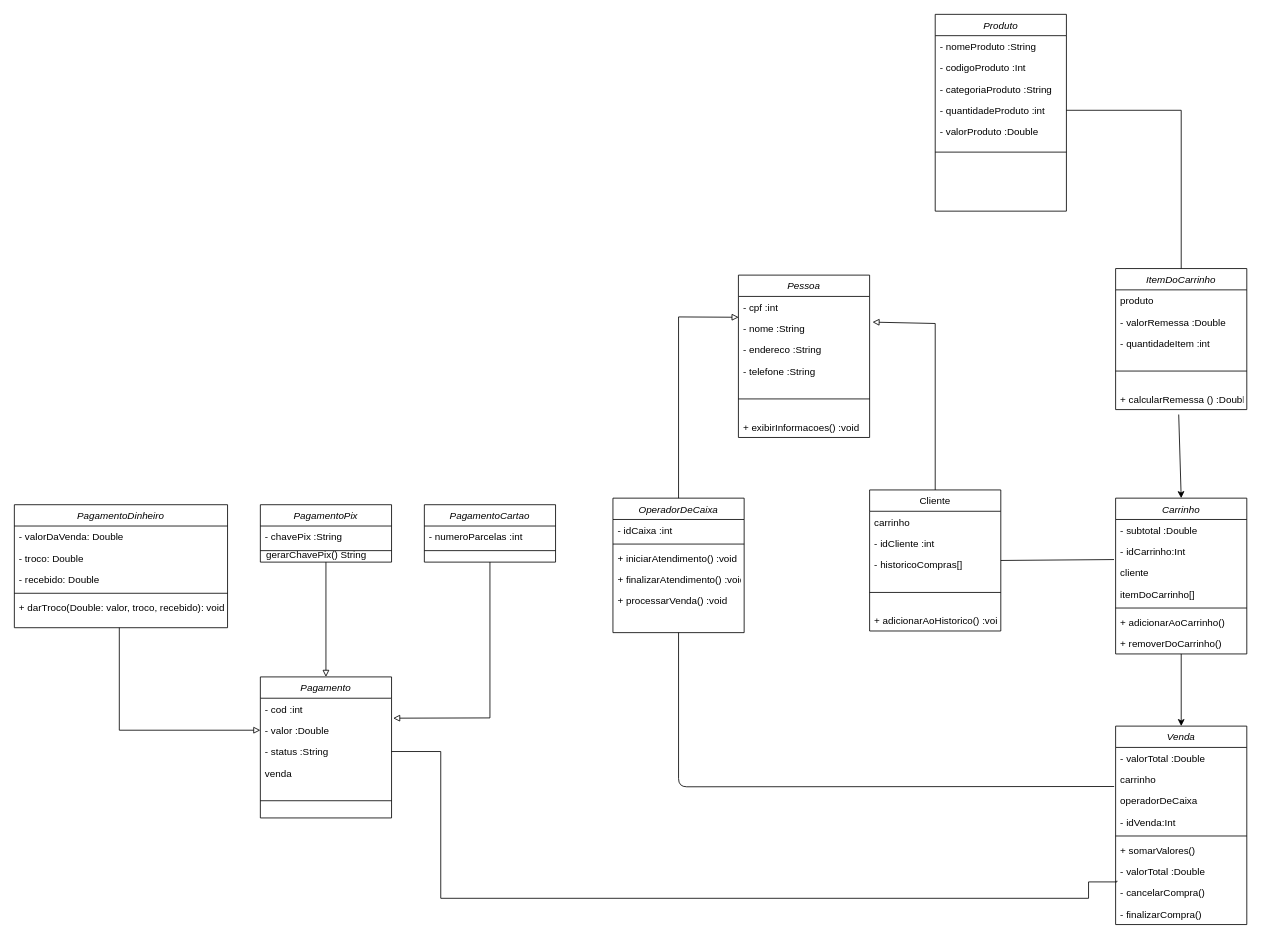
Before: Diagrama sem nome.drawio in leticiagsilvaa/projetoMercado_poo, a draw.io diagram. Source tidied: cells renumbered, new cells numbered last; positions are measured from the earlier drawing's top-left corner, leaving out a move shared by most shapes. Both pictures are drawn from the tidied source at 82%, with x=0, y=0 at pixel (14, 14).
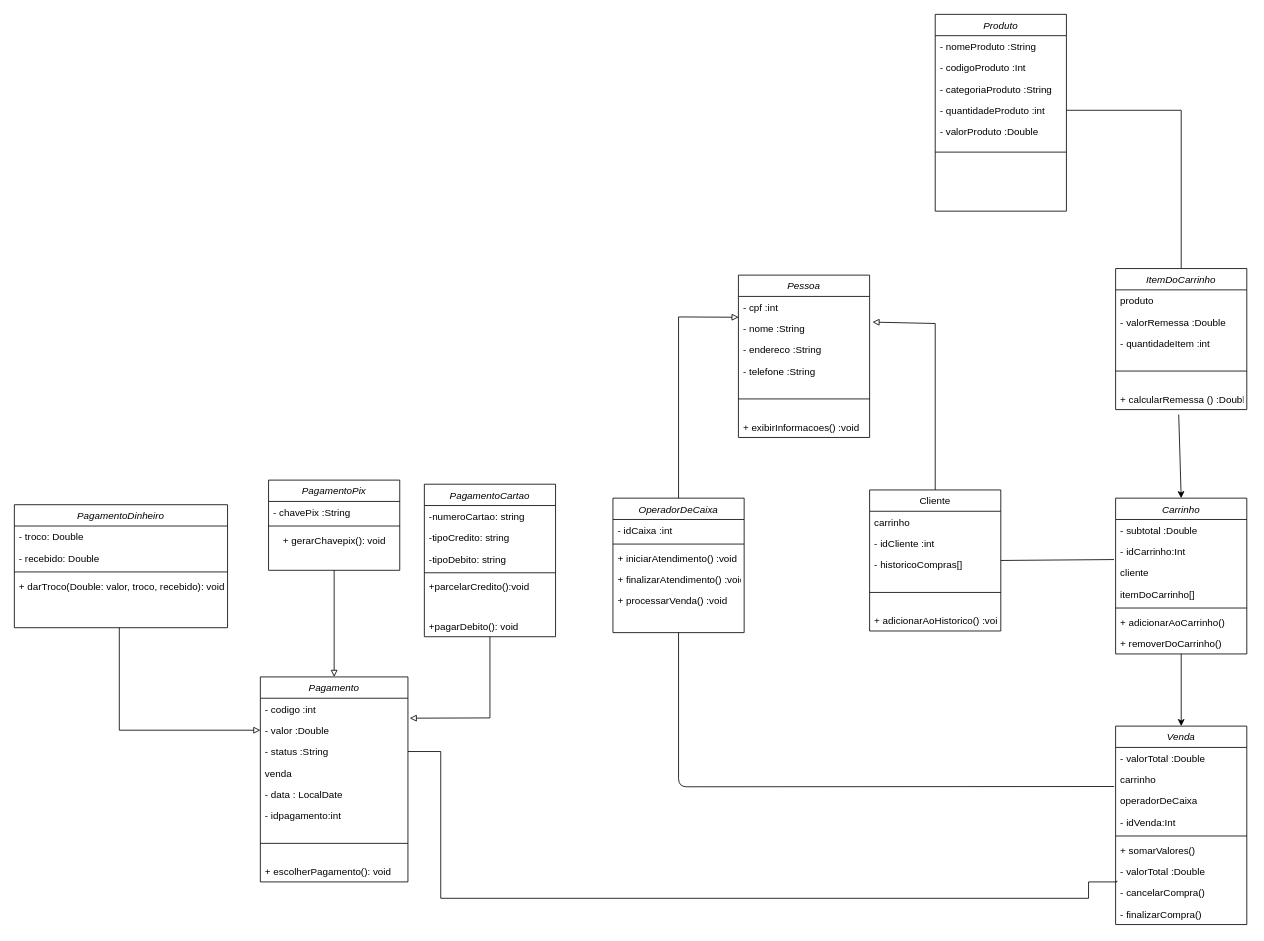
After the change.

Commit message:
UpdateR Diagrama .drawio

Unchanged cells that the change refers to:
```xml
<mxCell id="46" value="PagamentoDinheiro" style="swimlane;fontStyle=2;align=center;verticalAlign=top;horizontal=1;startSize=26;rounded=0;shadow=0;strokeWidth=1;" parent="1" vertex="1">
  <mxGeometry y="598" width="260" height="150" as="geometry" />
</mxCell>
```

Diff of the diagram source:
```diff
@@
     <mxCell id="40" value="Pagamento" style="swimlane;fontStyle=2;align=center;verticalAlign=top;horizontal=1;startSize=26;rounded=0;shadow=0;strokeWidth=1;" parent="1" vertex="1">
-      <mxGeometry x="300" y="808" width="160" height="172" as="geometry" />
+      <mxGeometry x="300" y="808" width="180" height="250" as="geometry" />
     </mxCell>
-    <mxCell id="41" value="- cod :int" style="text;align=left;verticalAlign=top;spacingLeft=4;spacingRight=4;overflow=hidden;" parent="40" vertex="1">
-      <mxGeometry y="26" width="160" height="26" as="geometry" />
+    <mxCell id="41" value="- codigo :int" style="text;align=left;verticalAlign=top;spacingLeft=4;spacingRight=4;overflow=hidden;" parent="40" vertex="1">
+      <mxGeometry y="26" width="180" height="26" as="geometry" />
     </mxCell>
     <mxCell id="42" value="- valor :Double" style="text;align=left;verticalAlign=top;spacingLeft=4;spacingRight=4;overflow=hidden;points=[[0,0.5],[1,0.5]];portConstraint=eastwest;rounded=0;shadow=0;html=0;" parent="40" vertex="1">
-      <mxGeometry y="52" width="160" height="26" as="geometry" />
+      <mxGeometry y="52" width="180" height="26" as="geometry" />
     </mxCell>
     <mxCell id="43" value="- status :String" style="text;align=left;verticalAlign=top;spacingLeft=4;spacingRight=4;overflow=hidden;points=[[0,0.5],[1,0.5]];portConstraint=eastwest;rounded=0;shadow=0;html=0;" parent="40" vertex="1">
-      <mxGeometry y="78" width="160" height="26" as="geometry" />
+      <mxGeometry y="78" width="180" height="26" as="geometry" />
     </mxCell>
     <mxCell id="44" value="venda" style="text;align=left;verticalAlign=top;spacingLeft=4;spacingRight=4;overflow=hidden;rounded=0;shadow=0;html=0;" parent="40" vertex="1">
-      <mxGeometry y="104" width="160" height="26" as="geometry" />
+      <mxGeometry y="104" width="180" height="26" as="geometry" />
     </mxCell>
+    <mxCell id="82" value="- data : LocalDate" style="text;align=left;verticalAlign=top;spacingLeft=4;spacingRight=4;overflow=hidden;rounded=0;shadow=0;html=0;" parent="40" vertex="1">
+      <mxGeometry y="130" width="180" height="26" as="geometry" />
+    </mxCell>
+    <mxCell id="83" value="- idpagamento:int" style="text;align=left;verticalAlign=top;spacingLeft=4;spacingRight=4;overflow=hidden;rounded=0;shadow=0;html=0;" parent="40" vertex="1">
+      <mxGeometry y="156" width="180" height="26" as="geometry" />
+    </mxCell>
     <mxCell id="45" style="line;html=1;strokeWidth=1;align=left;verticalAlign=middle;spacingTop=-1;spacingLeft=3;spacingRight=3;labelPosition=right;" parent="40" vertex="1">
-      <mxGeometry y="130" width="160" height="42" as="geometry" />
+      <mxGeometry y="182" width="180" height="42" as="geometry" />
     </mxCell>
+    <mxCell id="84" value="+ escolherPagamento(): void" style="text;align=left;verticalAlign=top;spacingLeft=4;spacingRight=4;overflow=hidden;rounded=0;shadow=0;html=0;" parent="40" vertex="1">
+      <mxGeometry y="224" width="180" height="26" as="geometry" />
+    </mxCell>
@@
-    <mxCell id="47" value="- valorDaVenda: Double" style="text;align=left;verticalAlign=top;spacingLeft=4;spacingRight=4;overflow=hidden;" parent="46" vertex="1">
-      <mxGeometry y="26" width="260" height="26" as="geometry" />
-    </mxCell>
     <mxCell id="48" value="- troco: Double" style="text;align=left;verticalAlign=top;spacingLeft=4;spacingRight=4;overflow=hidden;" parent="46" vertex="1">
-      <mxGeometry y="52" width="260" height="26" as="geometry" />
+      <mxGeometry y="26" width="260" height="26" as="geometry" />
     </mxCell>
     <mxCell id="49" value="- recebido: Double" style="text;align=left;verticalAlign=top;spacingLeft=4;spacingRight=4;overflow=hidden;" parent="46" vertex="1">
-      <mxGeometry y="78" width="260" height="26" as="geometry" />
+      <mxGeometry y="52" width="260" height="26" as="geometry" />
     </mxCell>
     <mxCell id="50" style="line;html=1;strokeWidth=1;align=left;verticalAlign=middle;spacingTop=-1;spacingLeft=3;spacingRight=3;labelPosition=right;" parent="46" vertex="1">
-      <mxGeometry y="104" width="260" height="8" as="geometry" />
+      <mxGeometry y="78" width="260" height="8" as="geometry" />
     </mxCell>
     <mxCell id="51" value="+ darTroco(Double: valor, troco, recebido): void" style="text;align=left;verticalAlign=top;spacingLeft=4;spacingRight=4;overflow=hidden;" parent="46" vertex="1">
-      <mxGeometry y="112" width="260" height="26" as="geometry" />
+      <mxGeometry y="86" width="260" height="26" as="geometry" />
     </mxCell>
     <mxCell id="52" value="PagamentoPix" style="swimlane;fontStyle=2;align=center;verticalAlign=top;horizontal=1;startSize=26;rounded=0;shadow=0;strokeWidth=1;" parent="1" vertex="1">
-      <mxGeometry x="300" y="598" width="160" height="70" as="geometry" />
+      <mxGeometry x="310" y="568" width="160" height="110" as="geometry" />
     </mxCell>
@@
+    <mxCell id="78" value="+ gerarChavepix(): void" style="text;html=1;align=center;verticalAlign=middle;strokeColor=none;fillColor=none;" parent="52" vertex="1">
+      <mxGeometry y="60" width="160" height="30" as="geometry" />
+    </mxCell>
@@
     <mxCell id="72" value="PagamentoCartao" style="swimlane;fontStyle=2;align=center;verticalAlign=top;horizontal=1;startSize=26;rounded=0;shadow=0;strokeWidth=1;" parent="1" vertex="1">
-      <mxGeometry x="500" y="598" width="160" height="70" as="geometry" />
+      <mxGeometry x="500" y="573" width="160" height="186" as="geometry" />
     </mxCell>
-    <mxCell id="73" value="- numeroParcelas :int" style="text;align=left;verticalAlign=top;spacingLeft=4;spacingRight=4;overflow=hidden;rounded=0;shadow=0;html=0;" parent="72" vertex="1">
+    <mxCell id="73" value="-numeroCartao: string" style="text;align=left;verticalAlign=top;spacingLeft=4;spacingRight=4;overflow=hidden;rounded=0;shadow=0;html=0;" parent="72" vertex="1">
       <mxGeometry y="26" width="160" height="26" as="geometry" />
     </mxCell>
+    <mxCell id="85" value="-tipoCredito: string" style="text;align=left;verticalAlign=top;spacingLeft=4;spacingRight=4;overflow=hidden;rounded=0;shadow=0;html=0;" parent="72" vertex="1">
+      <mxGeometry y="52" width="160" height="26" as="geometry" />
+    </mxCell>
+    <mxCell id="86" value="-tipoDebito: string" style="text;align=left;verticalAlign=top;spacingLeft=4;spacingRight=4;overflow=hidden;rounded=0;shadow=0;html=0;" parent="72" vertex="1">
+      <mxGeometry y="78" width="160" height="26" as="geometry" />
+    </mxCell>
     <mxCell id="74" style="line;html=1;strokeWidth=1;align=left;verticalAlign=middle;spacingTop=-1;spacingLeft=3;spacingRight=3;labelPosition=right;" parent="72" vertex="1">
-      <mxGeometry y="52" width="160" height="8" as="geometry" />
+      <mxGeometry y="104" width="160" height="8" as="geometry" />
     </mxCell>
+    <mxCell id="87" value="+parcelarCredito():void" style="text;align=left;verticalAlign=top;spacingLeft=4;spacingRight=4;overflow=hidden;rounded=0;shadow=0;html=0;" parent="72" vertex="1">
+      <mxGeometry y="112" width="160" height="48" as="geometry" />
+    </mxCell>
+    <mxCell id="88" value="+pagarDebito(): void" style="text;align=left;verticalAlign=top;spacingLeft=4;spacingRight=4;overflow=hidden;rounded=0;shadow=0;html=0;" parent="72" vertex="1">
+      <mxGeometry y="160" width="160" height="26" as="geometry" />
+    </mxCell>
@@
-    <mxCell id="78" value="&lt;span style=&quot;white-space: pre;&quot;&gt;&#9;&lt;/span&gt;&lt;span style=&quot;white-space: pre;&quot;&gt;&#9;&lt;/span&gt;&lt;span style=&quot;white-space: pre;&quot;&gt;&#9;&lt;/span&gt;gerarChavePix() String" style="text;html=1;align=center;verticalAlign=middle;strokeColor=none;fillColor=none;" parent="1" vertex="1">
-      <mxGeometry x="213" y="645" width="230" height="30" as="geometry" />
-    </mxCell>
```
